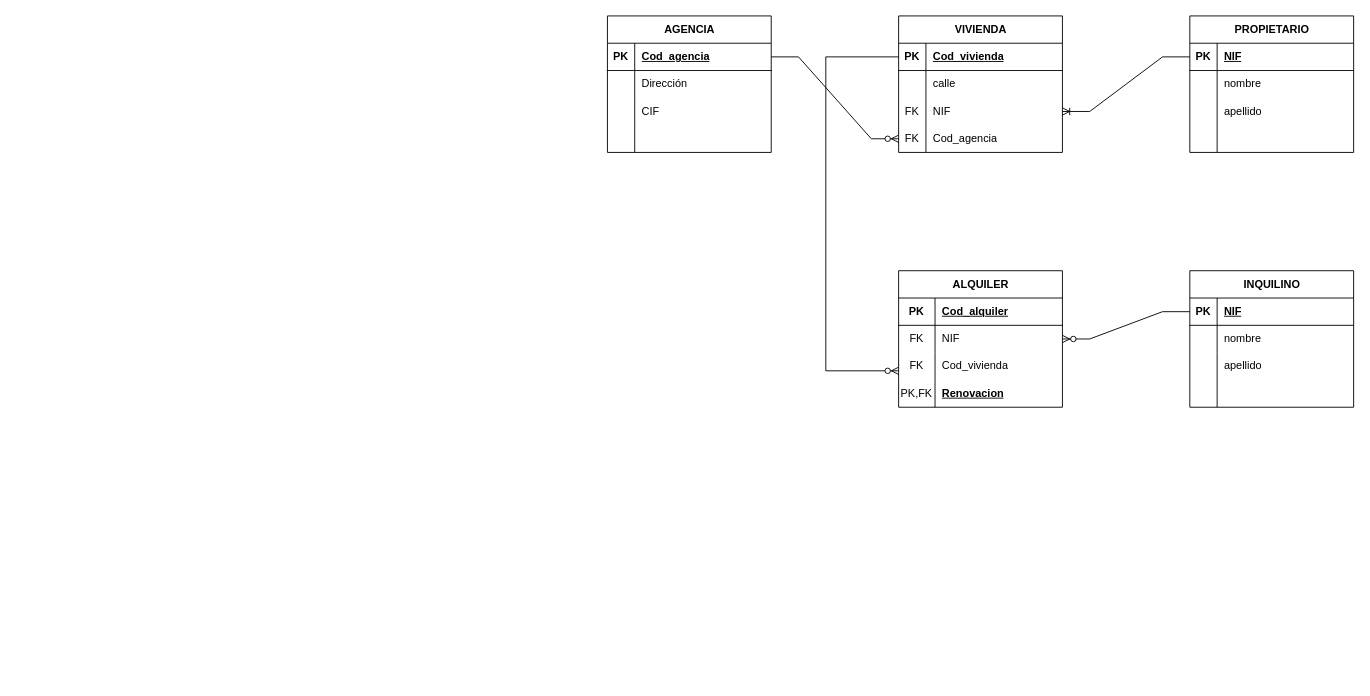
The draw.io diagram 30-10-2025_1.drawio in miguelelinformatico/2025_26, before the edit. Source tidied: cells renumbered, new cells numbered last; positions are measured from the earlier drawing's top-left corner, leaving out a move shared by most shapes. Both pictures are drawn from the tidied source at 91%, with x=0, y=0 at pixel (607, 15).
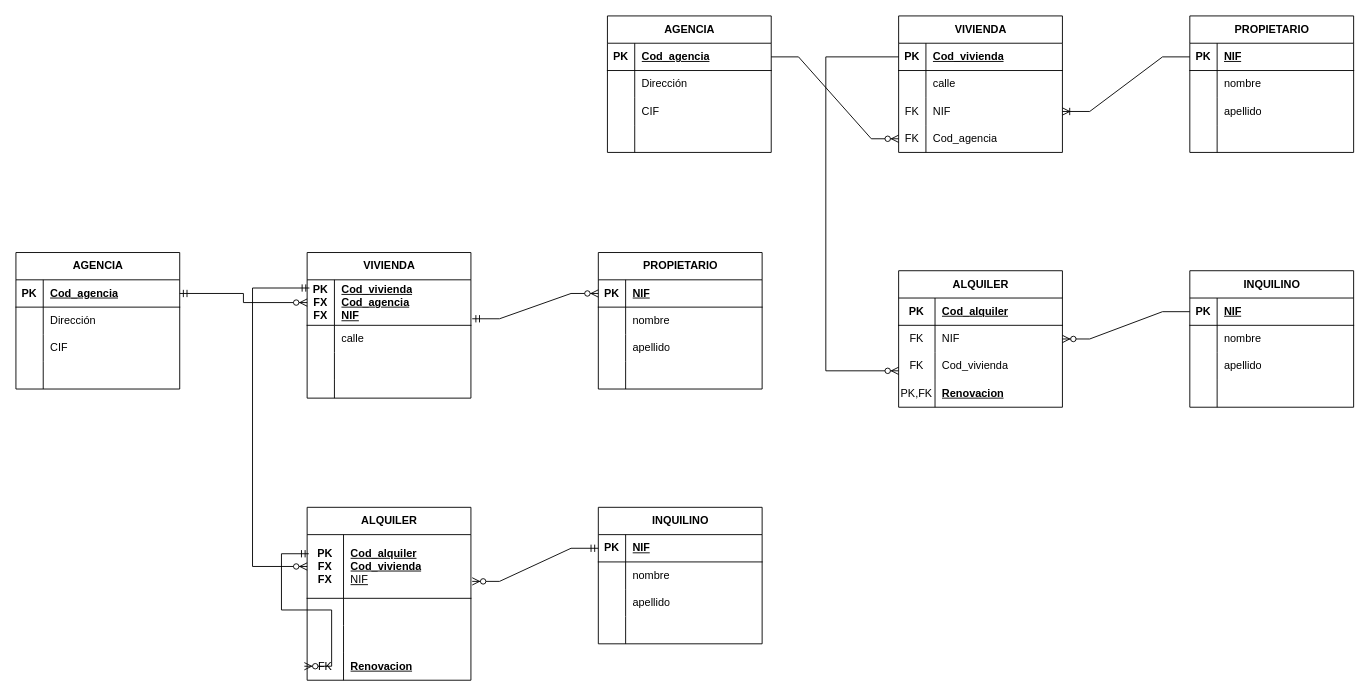
Above is the later version.

What changed in the source:
```diff
@@
+    <mxCell id="71" value="AGENCIA" style="shape=table;startSize=30;childLayout=tableLayout;rowLines=0;fontStyle=1;align=center;html=1;" parent="1" vertex="1">
+      <mxGeometry x="-650" y="260" width="180" height="150" as="geometry" />
+    </mxCell>
+    <mxCell id="72" style="shape=tableRow;horizontal=0;startSize=0;swimlaneHead=0;swimlaneBody=0;fillColor=none;points=[[0,0.5],[1,0.5]];portConstraint=eastwest;top=0;left=0;right=0;bottom=1;" parent="71" vertex="1">
+      <mxGeometry y="30" width="180" height="30" as="geometry" />
+    </mxCell>
+    <mxCell id="73" value="PK" style="shape=partialRectangle;fillColor=none;top=0;left=0;bottom=0;right=0;fontStyle=1;overflow=hidden;whiteSpace=wrap;html=1;" parent="72" vertex="1">
+      <mxGeometry width="30" height="30" as="geometry" />
+    </mxCell>
+    <mxCell id="74" value="Cod_agencia" style="shape=partialRectangle;fillColor=none;top=0;left=0;bottom=0;right=0;align=left;spacingLeft=6;fontStyle=5;overflow=hidden;whiteSpace=wrap;html=1;" parent="72" vertex="1">
+      <mxGeometry x="30" width="150" height="30" as="geometry" />
+    </mxCell>
+    <mxCell id="75" style="shape=tableRow;horizontal=0;startSize=0;swimlaneHead=0;swimlaneBody=0;fillColor=none;top=0;left=0;right=0;bottom=0;" parent="71" vertex="1">
+      <mxGeometry y="60" width="180" height="30" as="geometry" />
+    </mxCell>
+    <mxCell id="76" style="shape=partialRectangle;fillColor=none;top=0;left=0;bottom=0;right=0;overflow=hidden;whiteSpace=wrap;html=1;" parent="75" vertex="1">
+      <mxGeometry width="30" height="30" as="geometry" />
+    </mxCell>
+    <mxCell id="77" value="Dirección" style="shape=partialRectangle;fillColor=none;top=0;left=0;bottom=0;right=0;align=left;spacingLeft=6;overflow=hidden;whiteSpace=wrap;html=1;" parent="75" vertex="1">
+      <mxGeometry x="30" width="150" height="30" as="geometry" />
+    </mxCell>
+    <mxCell id="78" style="shape=tableRow;horizontal=0;startSize=0;swimlaneHead=0;swimlaneBody=0;fillColor=none;top=0;left=0;right=0;bottom=0;" parent="71" vertex="1">
+      <mxGeometry y="90" width="180" height="30" as="geometry" />
+    </mxCell>
+    <mxCell id="79" style="shape=partialRectangle;fillColor=none;top=0;left=0;bottom=0;right=0;overflow=hidden;whiteSpace=wrap;html=1;" parent="78" vertex="1">
+      <mxGeometry width="30" height="30" as="geometry" />
+    </mxCell>
+    <mxCell id="80" value="CIF" style="shape=partialRectangle;fillColor=none;top=0;left=0;bottom=0;right=0;align=left;spacingLeft=6;overflow=hidden;whiteSpace=wrap;html=1;" parent="78" vertex="1">
+      <mxGeometry x="30" width="150" height="30" as="geometry" />
+    </mxCell>
+    <mxCell id="81" style="shape=tableRow;horizontal=0;startSize=0;swimlaneHead=0;swimlaneBody=0;fillColor=none;top=0;left=0;right=0;bottom=0;" parent="71" vertex="1">
+      <mxGeometry y="120" width="180" height="30" as="geometry" />
+    </mxCell>
+    <mxCell id="82" style="shape=partialRectangle;fillColor=none;top=0;left=0;bottom=0;right=0;overflow=hidden;whiteSpace=wrap;html=1;" parent="81" vertex="1">
+      <mxGeometry width="30" height="30" as="geometry" />
+    </mxCell>
+    <mxCell id="83" style="shape=partialRectangle;fillColor=none;top=0;left=0;bottom=0;right=0;align=left;spacingLeft=6;overflow=hidden;whiteSpace=wrap;html=1;" parent="81" vertex="1">
+      <mxGeometry x="30" width="150" height="30" as="geometry" />
+    </mxCell>
+    <mxCell id="84" value="VIVIENDA" style="shape=table;startSize=30;childLayout=tableLayout;rowLines=0;fontStyle=1;align=center;html=1;" parent="1" vertex="1">
+      <mxGeometry x="-330" y="260" width="180" height="160" as="geometry" />
+    </mxCell>
+    <mxCell id="85" style="shape=tableRow;horizontal=0;startSize=0;swimlaneHead=0;swimlaneBody=0;fillColor=none;points=[[0,0.5],[1,0.5]];portConstraint=eastwest;top=0;left=0;right=0;bottom=1;" parent="84" vertex="1">
+      <mxGeometry y="30" width="180" height="50" as="geometry" />
+    </mxCell>
+    <mxCell id="86" value="PK&lt;div&gt;FX&lt;/div&gt;&lt;div&gt;FX&lt;/div&gt;" style="shape=partialRectangle;fillColor=none;top=0;left=0;bottom=0;right=0;fontStyle=1;overflow=hidden;whiteSpace=wrap;html=1;" parent="85" vertex="1">
+      <mxGeometry width="30" height="50" as="geometry" />
+    </mxCell>
+    <mxCell id="87" value="Cod_vivienda&lt;div&gt;Cod_agencia&lt;/div&gt;&lt;div&gt;NIF&lt;/div&gt;" style="shape=partialRectangle;fillColor=none;top=0;left=0;bottom=0;right=0;align=left;spacingLeft=6;fontStyle=5;overflow=hidden;whiteSpace=wrap;html=1;" parent="85" vertex="1">
+      <mxGeometry x="30" width="150" height="50" as="geometry" />
+    </mxCell>
+    <mxCell id="88" style="shape=tableRow;horizontal=0;startSize=0;swimlaneHead=0;swimlaneBody=0;fillColor=none;top=0;left=0;right=0;bottom=0;" parent="84" vertex="1">
+      <mxGeometry y="80" width="180" height="30" as="geometry" />
+    </mxCell>
+    <mxCell id="89" style="shape=partialRectangle;fillColor=none;top=0;left=0;bottom=0;right=0;overflow=hidden;whiteSpace=wrap;html=1;" parent="88" vertex="1">
+      <mxGeometry width="30" height="30" as="geometry" />
+    </mxCell>
+    <mxCell id="90" value="calle" style="shape=partialRectangle;fillColor=none;top=0;left=0;bottom=0;right=0;align=left;spacingLeft=6;overflow=hidden;whiteSpace=wrap;html=1;" parent="88" vertex="1">
+      <mxGeometry x="30" width="150" height="30" as="geometry" />
+    </mxCell>
+    <mxCell id="91" style="shape=tableRow;horizontal=0;startSize=0;swimlaneHead=0;swimlaneBody=0;fillColor=none;top=0;left=0;right=0;bottom=0;" parent="84" vertex="1">
+      <mxGeometry y="110" width="180" height="30" as="geometry" />
+    </mxCell>
+    <mxCell id="92" style="shape=partialRectangle;fillColor=none;top=0;left=0;bottom=0;right=0;overflow=hidden;whiteSpace=wrap;html=1;" parent="91" vertex="1">
+      <mxGeometry width="30" height="30" as="geometry" />
+    </mxCell>
+    <mxCell id="93" style="shape=partialRectangle;fillColor=none;top=0;left=0;bottom=0;right=0;align=left;spacingLeft=6;overflow=hidden;whiteSpace=wrap;html=1;" parent="91" vertex="1">
+      <mxGeometry x="30" width="150" height="30" as="geometry" />
+    </mxCell>
+    <mxCell id="94" style="shape=tableRow;horizontal=0;startSize=0;swimlaneHead=0;swimlaneBody=0;fillColor=none;top=0;left=0;right=0;bottom=0;" parent="84" vertex="1">
+      <mxGeometry y="140" width="180" height="20" as="geometry" />
+    </mxCell>
+    <mxCell id="95" style="shape=partialRectangle;fillColor=none;top=0;left=0;bottom=0;right=0;overflow=hidden;whiteSpace=wrap;html=1;" parent="94" vertex="1">
+      <mxGeometry width="30" height="20" as="geometry" />
+    </mxCell>
+    <mxCell id="96" style="shape=partialRectangle;fillColor=none;top=0;left=0;bottom=0;right=0;align=left;spacingLeft=6;overflow=hidden;whiteSpace=wrap;html=1;" parent="94" vertex="1">
+      <mxGeometry x="30" width="150" height="20" as="geometry" />
+    </mxCell>
+    <mxCell id="97" value="PROPIETARIO" style="shape=table;startSize=30;childLayout=tableLayout;rowLines=0;fontStyle=1;align=center;html=1;" parent="1" vertex="1">
+      <mxGeometry x="-10" y="260" width="180" height="150" as="geometry" />
+    </mxCell>
+    <mxCell id="98" style="shape=tableRow;horizontal=0;startSize=0;swimlaneHead=0;swimlaneBody=0;fillColor=none;points=[[0,0.5],[1,0.5]];portConstraint=eastwest;top=0;left=0;right=0;bottom=1;" parent="97" vertex="1">
+      <mxGeometry y="30" width="180" height="30" as="geometry" />
+    </mxCell>
+    <mxCell id="99" value="PK" style="shape=partialRectangle;fillColor=none;top=0;left=0;bottom=0;right=0;fontStyle=1;overflow=hidden;whiteSpace=wrap;html=1;" parent="98" vertex="1">
+      <mxGeometry width="30" height="30" as="geometry" />
+    </mxCell>
+    <mxCell id="100" value="NIF" style="shape=partialRectangle;fillColor=none;top=0;left=0;bottom=0;right=0;align=left;spacingLeft=6;fontStyle=5;overflow=hidden;whiteSpace=wrap;html=1;" parent="98" vertex="1">
+      <mxGeometry x="30" width="150" height="30" as="geometry" />
+    </mxCell>
+    <mxCell id="101" style="shape=tableRow;horizontal=0;startSize=0;swimlaneHead=0;swimlaneBody=0;fillColor=none;top=0;left=0;right=0;bottom=0;" parent="97" vertex="1">
+      <mxGeometry y="60" width="180" height="30" as="geometry" />
+    </mxCell>
+    <mxCell id="102" style="shape=partialRectangle;fillColor=none;top=0;left=0;bottom=0;right=0;overflow=hidden;whiteSpace=wrap;html=1;" parent="101" vertex="1">
+      <mxGeometry width="30" height="30" as="geometry" />
+    </mxCell>
+    <mxCell id="103" value="nombre" style="shape=partialRectangle;fillColor=none;top=0;left=0;bottom=0;right=0;align=left;spacingLeft=6;overflow=hidden;whiteSpace=wrap;html=1;" parent="101" vertex="1">
+      <mxGeometry x="30" width="150" height="30" as="geometry" />
+    </mxCell>
+    <mxCell id="104" style="shape=tableRow;horizontal=0;startSize=0;swimlaneHead=0;swimlaneBody=0;fillColor=none;top=0;left=0;right=0;bottom=0;" parent="97" vertex="1">
+      <mxGeometry y="90" width="180" height="30" as="geometry" />
+    </mxCell>
+    <mxCell id="105" style="shape=partialRectangle;fillColor=none;top=0;left=0;bottom=0;right=0;overflow=hidden;whiteSpace=wrap;html=1;" parent="104" vertex="1">
+      <mxGeometry width="30" height="30" as="geometry" />
+    </mxCell>
+    <mxCell id="106" value="apellido" style="shape=partialRectangle;fillColor=none;top=0;left=0;bottom=0;right=0;align=left;spacingLeft=6;overflow=hidden;whiteSpace=wrap;html=1;" parent="104" vertex="1">
+      <mxGeometry x="30" width="150" height="30" as="geometry" />
+    </mxCell>
+    <mxCell id="107" style="shape=tableRow;horizontal=0;startSize=0;swimlaneHead=0;swimlaneBody=0;fillColor=none;top=0;left=0;right=0;bottom=0;" parent="97" vertex="1">
+      <mxGeometry y="120" width="180" height="30" as="geometry" />
+    </mxCell>
+    <mxCell id="108" style="shape=partialRectangle;fillColor=none;top=0;left=0;bottom=0;right=0;overflow=hidden;whiteSpace=wrap;html=1;" parent="107" vertex="1">
+      <mxGeometry width="30" height="30" as="geometry" />
+    </mxCell>
+    <mxCell id="109" style="shape=partialRectangle;fillColor=none;top=0;left=0;bottom=0;right=0;align=left;spacingLeft=6;overflow=hidden;whiteSpace=wrap;html=1;" parent="107" vertex="1">
+      <mxGeometry x="30" width="150" height="30" as="geometry" />
+    </mxCell>
+    <mxCell id="110" value="ALQUILER" style="shape=table;startSize=30;childLayout=tableLayout;rowLines=0;fontStyle=1;align=center;html=1;" parent="1" vertex="1">
+      <mxGeometry x="-330" y="540" width="180" height="190" as="geometry" />
+    </mxCell>
+    <mxCell id="111" style="shape=tableRow;horizontal=0;startSize=0;swimlaneHead=0;swimlaneBody=0;fillColor=none;points=[[0,0.5],[1,0.5]];portConstraint=eastwest;top=0;left=0;right=0;bottom=1;" parent="110" vertex="1">
+      <mxGeometry y="30" width="180" height="70" as="geometry" />
+    </mxCell>
+    <mxCell id="112" value="PK&lt;div&gt;FX&lt;/div&gt;&lt;div&gt;FX&lt;/div&gt;" style="shape=partialRectangle;fillColor=none;top=0;left=0;bottom=0;right=0;fontStyle=1;overflow=hidden;whiteSpace=wrap;html=1;" parent="111" vertex="1">
+      <mxGeometry width="40" height="70" as="geometry" />
+    </mxCell>
+    <mxCell id="113" value="Cod_alquiler&lt;div&gt;Cod_vivienda&lt;/div&gt;&lt;div&gt;&lt;span style=&quot;font-weight: 400;&quot;&gt;NIF&lt;/span&gt;&lt;/div&gt;" style="shape=partialRectangle;fillColor=none;top=0;left=0;bottom=0;right=0;align=left;spacingLeft=6;fontStyle=5;overflow=hidden;whiteSpace=wrap;html=1;" parent="111" vertex="1">
+      <mxGeometry x="40" width="140" height="70" as="geometry" />
+    </mxCell>
+    <mxCell id="114" style="shape=tableRow;horizontal=0;startSize=0;swimlaneHead=0;swimlaneBody=0;fillColor=none;top=0;left=0;right=0;bottom=0;" parent="110" vertex="1">
+      <mxGeometry y="100" width="180" height="30" as="geometry" />
+    </mxCell>
+    <mxCell id="115" style="shape=partialRectangle;fillColor=none;top=0;left=0;bottom=0;right=0;overflow=hidden;whiteSpace=wrap;html=1;" parent="114" vertex="1">
+      <mxGeometry width="40" height="30" as="geometry" />
+    </mxCell>
+    <mxCell id="116" style="shape=partialRectangle;fillColor=none;top=0;left=0;bottom=0;right=0;align=left;spacingLeft=6;overflow=hidden;whiteSpace=wrap;html=1;" parent="114" vertex="1">
+      <mxGeometry x="40" width="140" height="30" as="geometry" />
+    </mxCell>
+    <mxCell id="117" style="shape=tableRow;horizontal=0;startSize=0;swimlaneHead=0;swimlaneBody=0;fillColor=none;top=0;left=0;right=0;bottom=0;" parent="110" vertex="1">
+      <mxGeometry y="130" width="180" height="30" as="geometry" />
+    </mxCell>
+    <mxCell id="118" style="shape=partialRectangle;fillColor=none;top=0;left=0;bottom=0;right=0;overflow=hidden;whiteSpace=wrap;html=1;" parent="117" vertex="1">
+      <mxGeometry width="40" height="30" as="geometry" />
+    </mxCell>
+    <mxCell id="119" style="shape=partialRectangle;fillColor=none;top=0;left=0;bottom=0;right=0;align=left;spacingLeft=6;overflow=hidden;whiteSpace=wrap;html=1;" parent="117" vertex="1">
+      <mxGeometry x="40" width="140" height="30" as="geometry" />
+    </mxCell>
+    <mxCell id="120" style="shape=tableRow;horizontal=0;startSize=0;swimlaneHead=0;swimlaneBody=0;fillColor=none;points=[[0,0.5],[1,0.5]];portConstraint=eastwest;top=0;left=0;right=0;bottom=0;" parent="110" vertex="1">
+      <mxGeometry y="160" width="180" height="30" as="geometry" />
+    </mxCell>
+    <mxCell id="121" value="FK" style="shape=partialRectangle;fillColor=none;top=0;left=0;bottom=0;right=0;overflow=hidden;whiteSpace=wrap;html=1;" parent="120" vertex="1">
+      <mxGeometry width="40" height="30" as="geometry" />
+    </mxCell>
+    <mxCell id="122" value="&lt;u&gt;&lt;b&gt;Renovacion&lt;/b&gt;&lt;/u&gt;" style="shape=partialRectangle;fillColor=none;top=0;left=0;bottom=0;right=0;align=left;spacingLeft=6;overflow=hidden;whiteSpace=wrap;html=1;" parent="120" vertex="1">
+      <mxGeometry x="40" width="140" height="30" as="geometry" />
+    </mxCell>
+    <mxCell id="123" style="edgeStyle=entityRelationEdgeStyle;fontSize=12;html=1;endArrow=ERzeroToMany;startArrow=ERmandOne;rounded=0;exitX=0.01;exitY=0.3;exitDx=0;exitDy=0;entryX=-0.017;entryY=0.487;entryDx=0;entryDy=0;entryPerimeter=0;exitPerimeter=0;" parent="110" edge="1" source="111" target="120">
+      <mxGeometry relative="1" as="geometry" />
+    </mxCell>
+    <mxCell id="124" value="INQUILINO" style="shape=table;startSize=30;childLayout=tableLayout;rowLines=0;fontStyle=1;align=center;html=1;" parent="1" vertex="1">
+      <mxGeometry x="-10" y="540" width="180" height="150" as="geometry" />
+    </mxCell>
+    <mxCell id="125" style="shape=tableRow;horizontal=0;startSize=0;swimlaneHead=0;swimlaneBody=0;fillColor=none;points=[[0,0.5],[1,0.5]];portConstraint=eastwest;top=0;left=0;right=0;bottom=1;" parent="124" vertex="1">
+      <mxGeometry y="30" width="180" height="30" as="geometry" />
+    </mxCell>
+    <mxCell id="126" value="PK" style="shape=partialRectangle;fillColor=none;top=0;left=0;bottom=0;right=0;fontStyle=1;overflow=hidden;whiteSpace=wrap;html=1;" parent="125" vertex="1">
+      <mxGeometry width="30" height="30" as="geometry" />
+    </mxCell>
+    <mxCell id="127" value="NIF" style="shape=partialRectangle;fillColor=none;top=0;left=0;bottom=0;right=0;align=left;spacingLeft=6;fontStyle=5;overflow=hidden;whiteSpace=wrap;html=1;" parent="125" vertex="1">
+      <mxGeometry x="30" width="150" height="30" as="geometry" />
+    </mxCell>
+    <mxCell id="128" style="shape=tableRow;horizontal=0;startSize=0;swimlaneHead=0;swimlaneBody=0;fillColor=none;top=0;left=0;right=0;bottom=0;" parent="124" vertex="1">
+      <mxGeometry y="60" width="180" height="30" as="geometry" />
+    </mxCell>
+    <mxCell id="129" style="shape=partialRectangle;fillColor=none;top=0;left=0;bottom=0;right=0;overflow=hidden;whiteSpace=wrap;html=1;" parent="128" vertex="1">
+      <mxGeometry width="30" height="30" as="geometry" />
+    </mxCell>
+    <mxCell id="130" value="nombre" style="shape=partialRectangle;fillColor=none;top=0;left=0;bottom=0;right=0;align=left;spacingLeft=6;overflow=hidden;whiteSpace=wrap;html=1;" parent="128" vertex="1">
+      <mxGeometry x="30" width="150" height="30" as="geometry" />
+    </mxCell>
+    <mxCell id="131" style="shape=tableRow;horizontal=0;startSize=0;swimlaneHead=0;swimlaneBody=0;fillColor=none;top=0;left=0;right=0;bottom=0;" parent="124" vertex="1">
+      <mxGeometry y="90" width="180" height="30" as="geometry" />
+    </mxCell>
+    <mxCell id="132" style="shape=partialRectangle;fillColor=none;top=0;left=0;bottom=0;right=0;overflow=hidden;whiteSpace=wrap;html=1;" parent="131" vertex="1">
+      <mxGeometry width="30" height="30" as="geometry" />
+    </mxCell>
+    <mxCell id="133" value="apellido" style="shape=partialRectangle;fillColor=none;top=0;left=0;bottom=0;right=0;align=left;spacingLeft=6;overflow=hidden;whiteSpace=wrap;html=1;" parent="131" vertex="1">
+      <mxGeometry x="30" width="150" height="30" as="geometry" />
+    </mxCell>
+    <mxCell id="134" style="shape=tableRow;horizontal=0;startSize=0;swimlaneHead=0;swimlaneBody=0;fillColor=none;top=0;left=0;right=0;bottom=0;" parent="124" vertex="1">
+      <mxGeometry y="120" width="180" height="30" as="geometry" />
+    </mxCell>
+    <mxCell id="135" style="shape=partialRectangle;fillColor=none;top=0;left=0;bottom=0;right=0;overflow=hidden;whiteSpace=wrap;html=1;" parent="134" vertex="1">
+      <mxGeometry width="30" height="30" as="geometry" />
+    </mxCell>
+    <mxCell id="136" style="shape=partialRectangle;fillColor=none;top=0;left=0;bottom=0;right=0;align=left;spacingLeft=6;overflow=hidden;whiteSpace=wrap;html=1;" parent="134" vertex="1">
+      <mxGeometry x="30" width="150" height="30" as="geometry" />
+    </mxCell>
+    <mxCell id="137" style="edgeStyle=entityRelationEdgeStyle;fontSize=12;html=1;endArrow=ERzeroToMany;startArrow=ERmandOne;rounded=0;exitX=0;exitY=0.5;exitDx=0;exitDy=0;entryX=1.008;entryY=0.734;entryDx=0;entryDy=0;entryPerimeter=0;" parent="1" edge="1" source="125" target="111">
+      <mxGeometry relative="1" as="geometry" />
+    </mxCell>
+    <mxCell id="138" style="edgeStyle=elbowEdgeStyle;fontSize=12;html=1;endArrow=ERzeroToMany;startArrow=ERmandOne;rounded=0;exitX=0.014;exitY=0.18;exitDx=0;exitDy=0;exitPerimeter=0;" parent="1" edge="1" source="85" target="111">
+      <mxGeometry relative="1" as="geometry">
+        <Array as="points">
+          <mxPoint x="-390" y="440" />
+        </Array>
+      </mxGeometry>
+    </mxCell>
+    <mxCell id="139" style="fontSize=12;html=1;endArrow=ERzeroToMany;startArrow=ERmandOne;rounded=0;exitX=1;exitY=0.5;exitDx=0;exitDy=0;entryX=0;entryY=0.5;entryDx=0;entryDy=0;edgeStyle=orthogonalEdgeStyle;" parent="1" edge="1" source="72" target="85">
+      <mxGeometry relative="1" as="geometry" />
+    </mxCell>
+    <mxCell id="140" style="edgeStyle=entityRelationEdgeStyle;fontSize=12;html=1;endArrow=ERzeroToMany;startArrow=ERmandOne;rounded=0;exitX=1.008;exitY=0.856;exitDx=0;exitDy=0;entryX=0;entryY=0.5;entryDx=0;entryDy=0;exitPerimeter=0;" parent="1" edge="1" source="85" target="98">
+      <mxGeometry relative="1" as="geometry" />
+    </mxCell>
```
